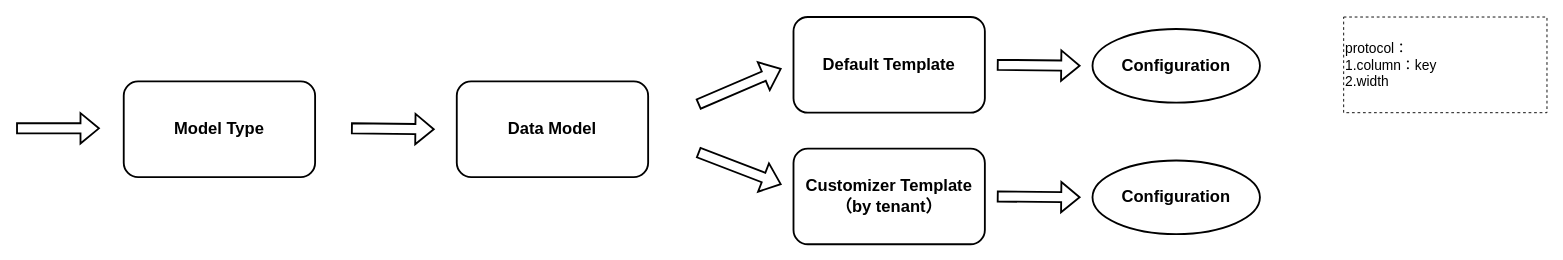
Before: page "dynamic_ui" (20 of 20) of authz/Omini-Store.drawio in jackie-thank/beego-authz, a draw.io diagram. Source tidied: cells renumbered, new cells numbered last; positions are measured from the earlier drawing's top-left corner, leaving out a move shared by most shapes. Both pictures are drawn from the tidied source at 92%, with x=0, y=0 at pixel (16, 17).
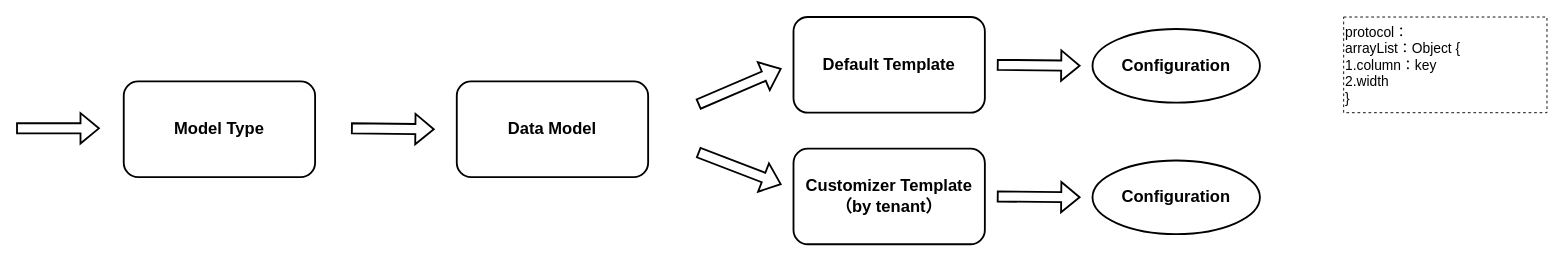
Above is the later version.

The edit, as a diff of the source:
```diff
@@
-    <mxCell id="14" value="&lt;div style=&quot;font-size: 15px;&quot;&gt;protocol：&lt;/div&gt;&lt;div style=&quot;font-size: 15px;&quot;&gt;1.column：key&lt;/div&gt;&lt;div style=&quot;font-size: 15px;&quot;&gt;2.width&lt;/div&gt;" style="rounded=0;whiteSpace=wrap;html=1;dashed=1;fontSize=15;align=left;" parent="1" vertex="1">
+    <mxCell id="14" value="&lt;div style=&quot;font-size: 15px;&quot;&gt;protocol：&lt;/div&gt;&lt;div style=&quot;font-size: 15px;&quot;&gt;arrayList：Object {&lt;/div&gt;&lt;div style=&quot;font-size: 15px;&quot;&gt;1.column：key&lt;/div&gt;&lt;div style=&quot;font-size: 15px;&quot;&gt;2.width&lt;/div&gt;&lt;div style=&quot;font-size: 15px;&quot;&gt;}&lt;br&gt;&lt;/div&gt;" style="rounded=0;whiteSpace=wrap;html=1;dashed=1;fontSize=15;align=left;" parent="1" vertex="1">
       <mxGeometry x="1443" width="221" height="104" as="geometry" />
     </mxCell>
```
